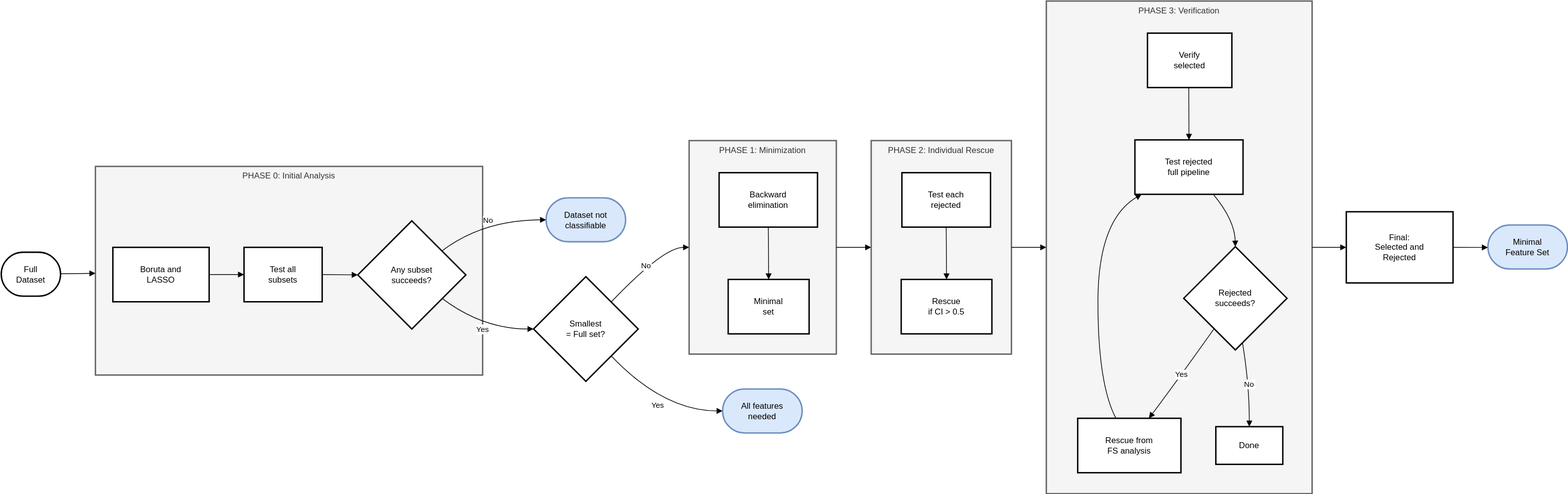
This is FlowChart.drawio.svg from JornLotsch/pain-threshold-analysis, a draw.io export, as it was before one commit. Source tidied: cells renumbered, new cells last; positions are measured from the earlier drawing's top-left corner, leaving out a move shared by most shapes.
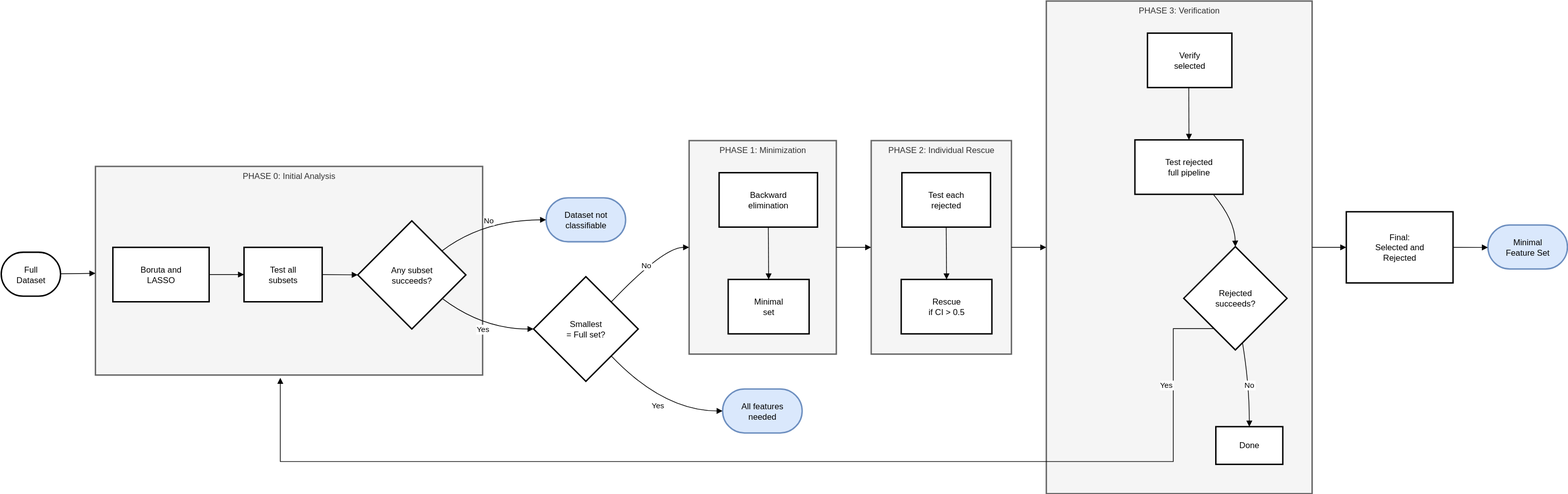
After the commit.

Change to the diagram source:
```diff
@@ -14,9 +14,6 @@
     <mxCell id="5" value="Rejected&#10;succeeds?" style="rhombus;strokeWidth=2;whiteSpace=wrap;" parent="2" vertex="1">
       <mxGeometry x="197" y="352" width="148" height="148" as="geometry" />
     </mxCell>
-    <mxCell id="6" value="Rescue from&#10;FS analysis" style="whiteSpace=wrap;strokeWidth=2;" parent="2" vertex="1">
-      <mxGeometry x="45" y="598" width="148" height="78" as="geometry" />
-    </mxCell>
     <mxCell id="7" value="Done" style="whiteSpace=wrap;strokeWidth=2;" parent="2" vertex="1">
       <mxGeometry x="243" y="610" width="96" height="54" as="geometry" />
     </mxCell>
@@ -30,21 +27,6 @@
         </Array>
       </mxGeometry>
     </mxCell>
-    <mxCell id="10" value="Yes" style="curved=1;startArrow=none;endArrow=block;exitX=0.15;exitY=1;entryX=0.69;entryY=0;rounded=0;" parent="2" edge="1" source="5" target="6">
-      <mxGeometry relative="1" as="geometry">
-        <Array as="points">
-          <mxPoint x="184" y="549" />
-        </Array>
-      </mxGeometry>
-    </mxCell>
-    <mxCell id="11" style="curved=1;startArrow=none;endArrow=block;exitX=0.37;exitY=0;entryX=0.07;entryY=0.99;rounded=0;" parent="2" edge="1" source="6" target="4">
-      <mxGeometry relative="1" as="geometry">
-        <Array as="points">
-          <mxPoint x="74" y="549" />
-          <mxPoint x="74" y="314" />
-        </Array>
-      </mxGeometry>
-    </mxCell>
     <mxCell id="12" value="No" style="curved=1;startArrow=none;endArrow=block;exitX=0.58;exitY=1;entryX=0.5;entryY=0.01;rounded=0;" parent="2" edge="1" source="5" target="7">
       <mxGeometry relative="1" as="geometry">
         <Array as="points">
@@ -155,5 +137,15 @@
     <mxCell id="41" style="curved=1;startArrow=none;endArrow=block;exitX=1;exitY=0.5;entryX=0;entryY=0.5;rounded=0;" parent="1" edge="1" source="2" target="29">
       <mxGeometry relative="1" as="geometry" />
     </mxCell>
+    <mxCell id="10" value="Yes" style="startArrow=none;endArrow=block;exitX=0.15;exitY=1;rounded=0;edgeStyle=orthogonalEdgeStyle;" parent="1" edge="1" source="5">
+      <mxGeometry x="-0.83" y="-10" relative="1" as="geometry">
+        <mxPoint x="400" y="540" as="targetPoint" />
+        <Array as="points">
+          <mxPoint x="1680" y="470" />
+          <mxPoint x="1680" y="660" />
+          <mxPoint x="400" y="660" />
+        </Array>
+      </mxGeometry>
+    </mxCell>
   </root>
 </mxGraphModel>
```
